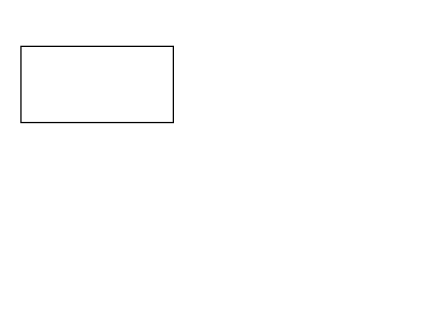
The draw.io diagram 业务关系.drawio in wgangang/draw-io, before the edit. Source tidied: cells renumbered, new cells numbered last; positions are measured from the earlier drawing's top-left corner, leaving out a move shared by most shapes. Both pictures are drawn from the tidied source at 127%, with x=0, y=0 at pixel (20, 46).
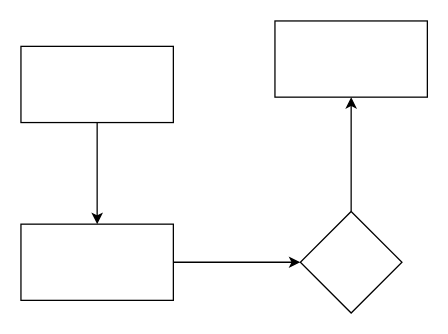
Above is the later version.

Commit message:
更新业务关系.drawio

Diff of the diagram source:
```diff
@@
 <mxGraphModel>
   <root>
     <mxCell id="0" />
     <mxCell id="1" parent="0" />
+    <mxCell id="3" style="edgeStyle=orthogonalEdgeStyle;rounded=0;jettySize=auto;html=1;" parent="1" edge="1" source="2" target="5">
+      <mxGeometry relative="1" as="geometry" />
+    </mxCell>
     <mxCell id="2" style="rounded=0;whiteSpace=wrap;html=1;" parent="1" vertex="1">
       <mxGeometry width="120" height="60" as="geometry" />
     </mxCell>
+    <mxCell id="4" style="edgeStyle=orthogonalEdgeStyle;rounded=0;jettySize=auto;html=1;" parent="1" edge="1" source="5" target="7">
+      <mxGeometry relative="1" as="geometry" />
+    </mxCell>
+    <mxCell id="5" style="rounded=0;whiteSpace=wrap;html=1;" parent="1" vertex="1">
+      <mxGeometry y="140" width="120" height="60" as="geometry" />
+    </mxCell>
+    <mxCell id="6" style="edgeStyle=orthogonalEdgeStyle;rounded=0;jettySize=auto;html=1;" parent="1" edge="1" source="7" target="8">
+      <mxGeometry relative="1" as="geometry" />
+    </mxCell>
+    <mxCell id="7" style="rhombus;whiteSpace=wrap;html=1;rounded=0;" parent="1" vertex="1">
+      <mxGeometry x="220" y="130" width="80" height="80" as="geometry" />
+    </mxCell>
+    <mxCell id="8" style="whiteSpace=wrap;html=1;rounded=0;" parent="1" vertex="1">
+      <mxGeometry x="200" y="-20" width="120" height="60" as="geometry" />
+    </mxCell>
   </root>
 </mxGraphModel>
```
